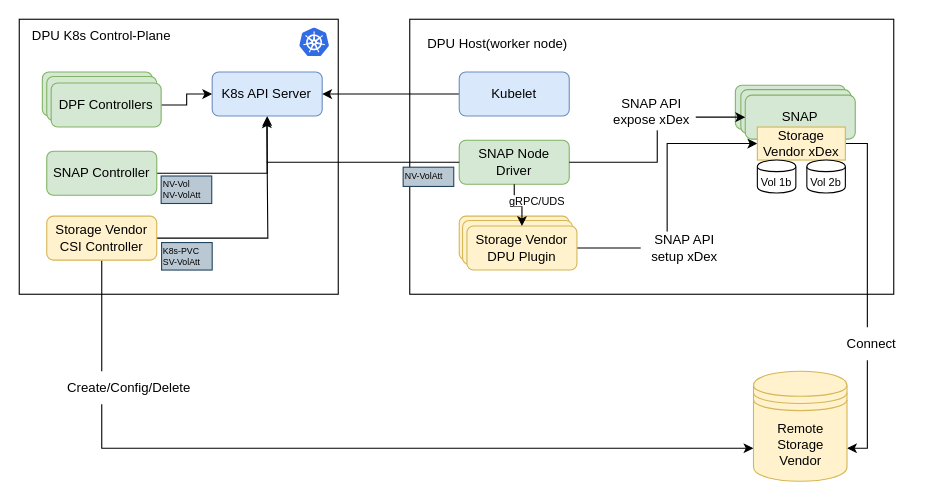
Above: Untitled Diagram.drawio in wpeng102/draw (draw.io), before the change. Source tidied: cells renumbered, new cells numbered last; positions are measured from the earlier drawing's top-left corner, leaving out a move shared by most shapes. Both pictures are drawn from the tidied source at 110%, with x=0, y=0 at pixel (19, 19).
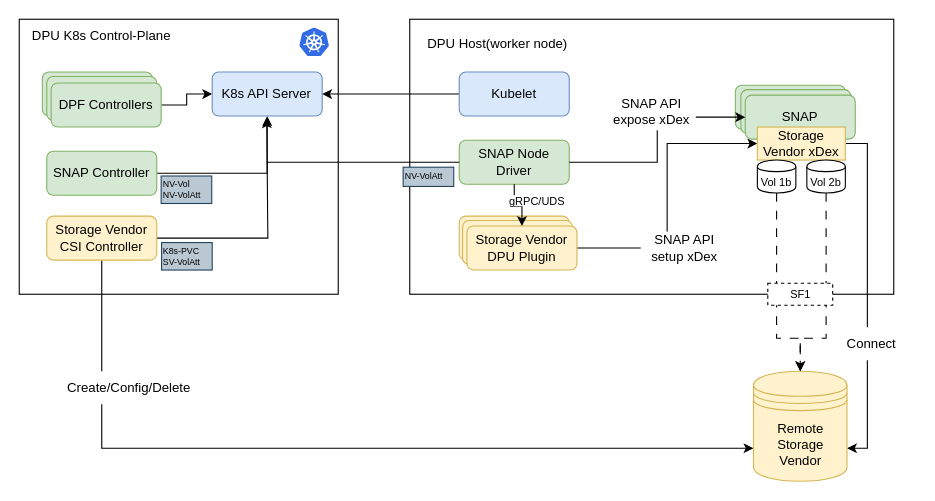
The same diagram, later.

Unchanged cells that the change refers to:
```xml
<mxCell id="28" value="Remote Storage Vendor" style="shape=datastore;whiteSpace=wrap;html=1;fillColor=#fff2cc;strokeColor=#d6b656;" parent="1" vertex="1">
  <mxGeometry x="667.5" y="320" width="85" height="100" as="geometry" />
</mxCell>
<mxCell id="30" value="&lt;font style=&quot;font-size: 10px;&quot;&gt;Vol 1b&lt;/font&gt;" style="shape=cylinder;whiteSpace=wrap;html=1;boundedLbl=1;backgroundOutline=1;" parent="1" vertex="1">
  <mxGeometry x="671" y="128" width="35" height="30" as="geometry" />
</mxCell>
<mxCell id="31" value="&lt;font style=&quot;font-size: 10px;&quot;&gt;Vol 2b&lt;/font&gt;" style="shape=cylinder;whiteSpace=wrap;html=1;boundedLbl=1;backgroundOutline=1;" parent="1" vertex="1">
  <mxGeometry x="716" y="128" width="35" height="30" as="geometry" />
</mxCell>
```

Change to the diagram source:
```diff
@@
+    <mxCell id="43" style="edgeStyle=orthogonalEdgeStyle;rounded=0;jettySize=auto;html=1;dashed=1;dashPattern=8 8;" parent="1" edge="1" source="30" target="28">
+      <mxGeometry relative="1" as="geometry">
+        <Array as="points">
+          <mxPoint x="689" y="290" />
+          <mxPoint x="710" y="290" />
+        </Array>
+      </mxGeometry>
+    </mxCell>
@@
+    <mxCell id="44" style="edgeStyle=orthogonalEdgeStyle;rounded=0;jettySize=auto;html=1;exitX=0.5;exitY=1;exitDx=0;exitDy=0;dashed=1;dashPattern=8 8;" parent="1" edge="1" source="31" target="28">
+      <mxGeometry relative="1" as="geometry">
+        <Array as="points">
+          <mxPoint x="734" y="290" />
+          <mxPoint x="710" y="290" />
+        </Array>
+      </mxGeometry>
+    </mxCell>
@@
+    <mxCell id="45" value="SF1" style="text;html=1;align=center;verticalAlign=middle;whiteSpace=wrap;rounded=0;fillColor=default;gradientColor=none;fontSize=10;dashed=1;strokeColor=default;" parent="1" vertex="1">
+      <mxGeometry x="680.5" y="240" width="59" height="20" as="geometry" />
+    </mxCell>
```
